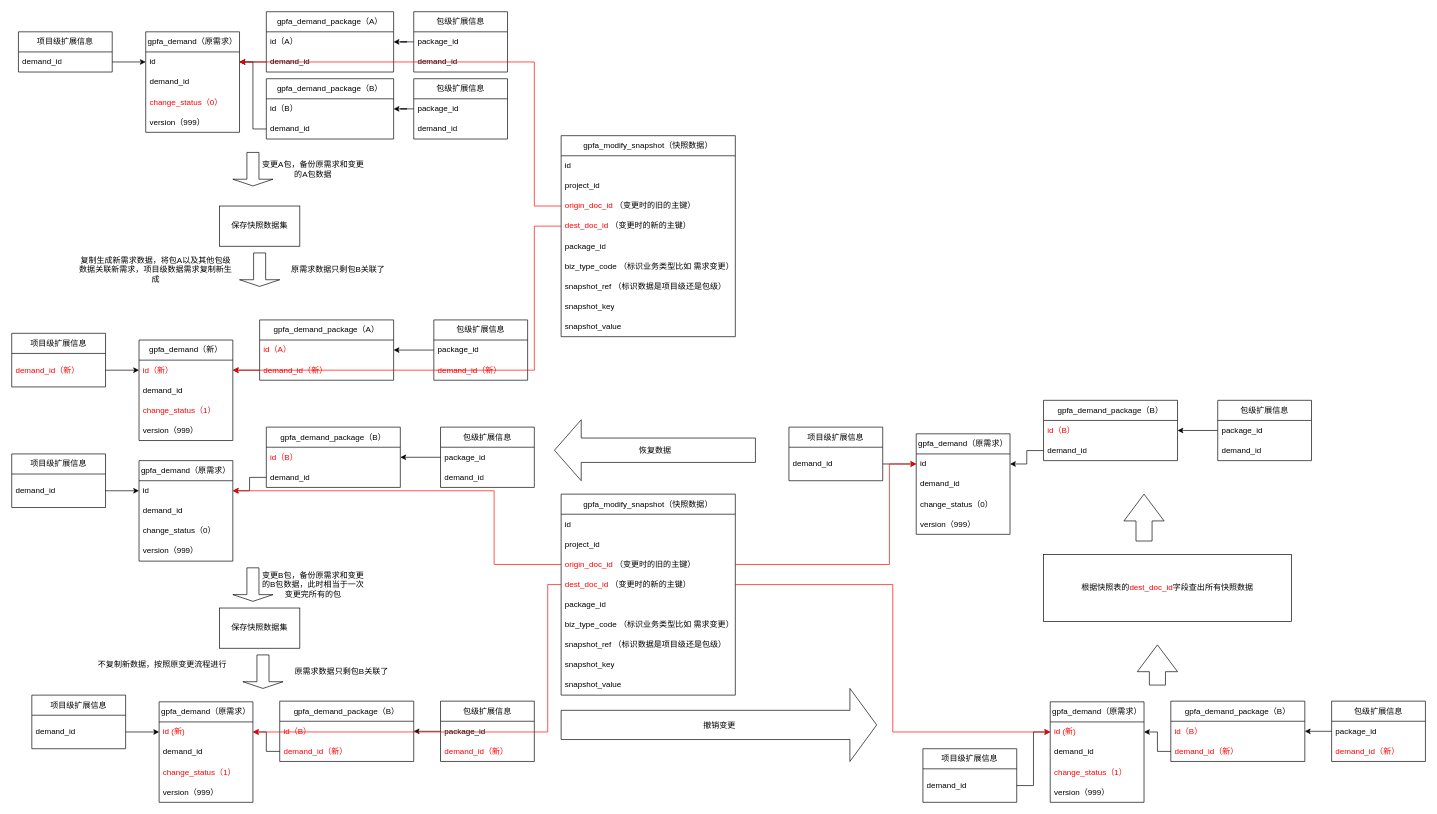
Above: open_modify.drawio in dernight1/draw.io (draw.io), before the change. Source tidied: cells renumbered, new cells numbered last; positions are measured from the earlier drawing's top-left corner, leaving out a move shared by most shapes. Both pictures are drawn from the tidied source at 67%, with x=0, y=0 at pixel (11, 11).
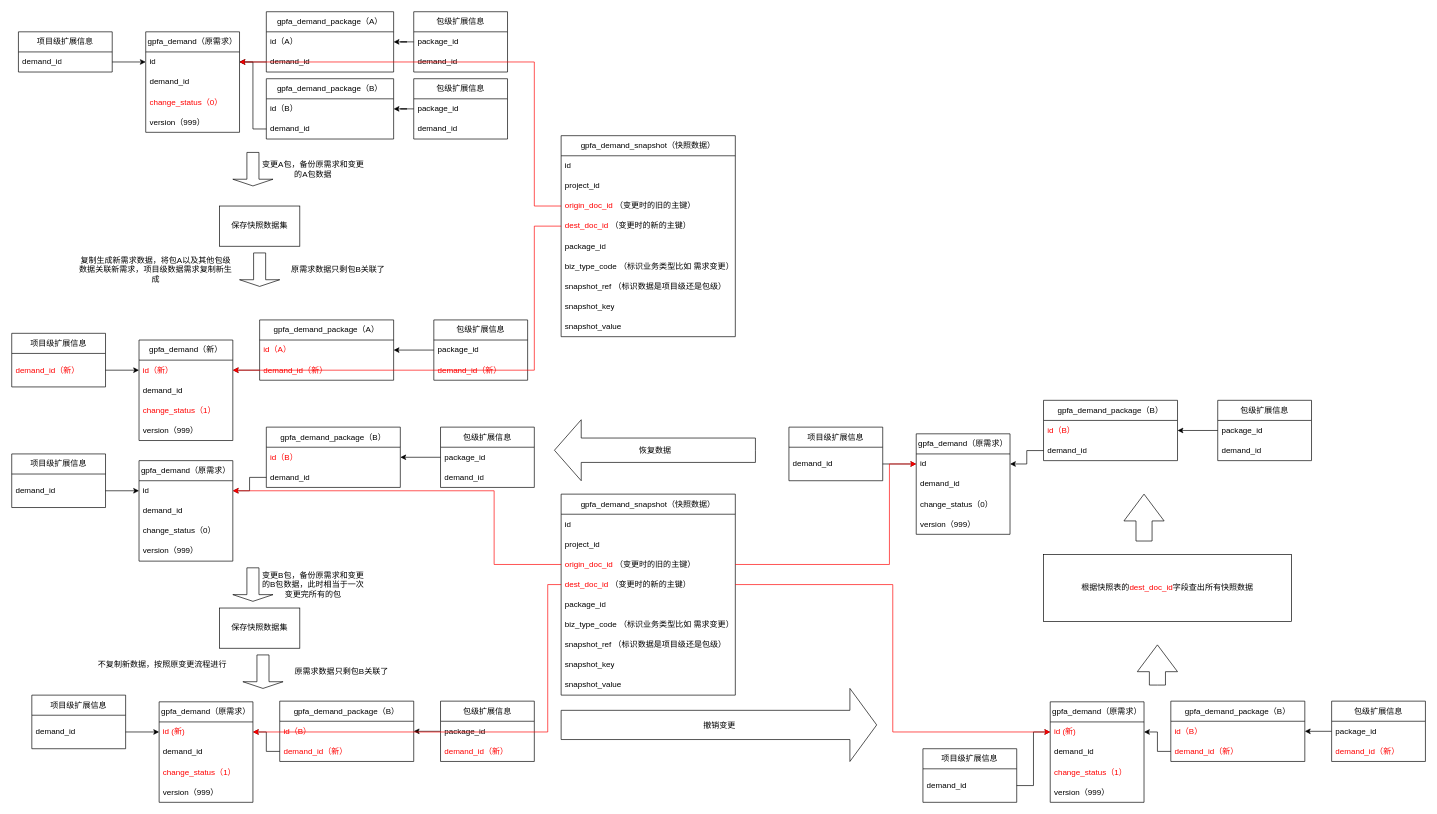
Above is the later version.

Diff of the diagram source:
```diff
@@
-    <mxCell id="84" value="gpfa_modify_snapshot（快照数据）" style="swimlane;fontStyle=0;horizontal=1;startSize=30;whiteSpace=wrap;html=1;" parent="1" vertex="1">
+    <mxCell id="84" value="gpfa_demand_snapshot（快照数据）" style="swimlane;fontStyle=0;horizontal=1;startSize=30;whiteSpace=wrap;html=1;" parent="1" vertex="1">
       <mxGeometry x="820" y="185" width="260" height="300" as="geometry" />
     </mxCell>
@@
-    <mxCell id="97" value="gpfa_modify_snapshot（快照数据）" style="swimlane;fontStyle=0;horizontal=1;startSize=30;whiteSpace=wrap;html=1;" parent="1" vertex="1">
+    <mxCell id="97" value="gpfa_demand_snapshot（快照数据）" style="swimlane;fontStyle=0;horizontal=1;startSize=30;whiteSpace=wrap;html=1;" parent="1" vertex="1">
       <mxGeometry x="820" y="720" width="260" height="300" as="geometry" />
     </mxCell>
```
